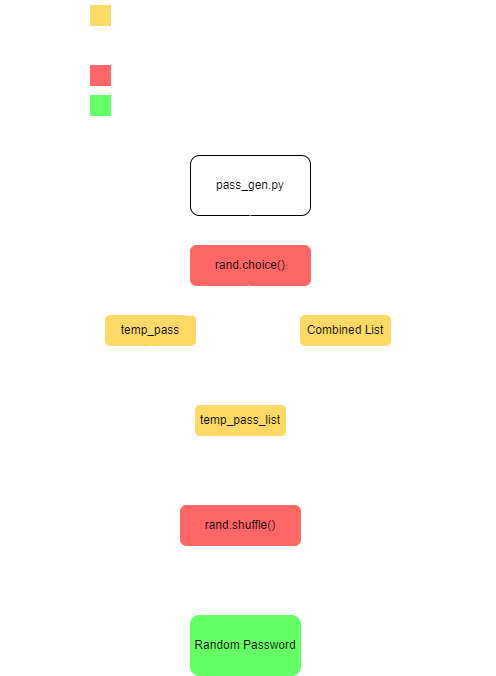
Earlier version of the draw.io export assessts/pass_engine.png (D3FaltXD/Password-Generator-Project). Source tidied: cells renumbered, new cells last; positions are measured from the earlier drawing's top-left corner, leaving out a move shared by most shapes.
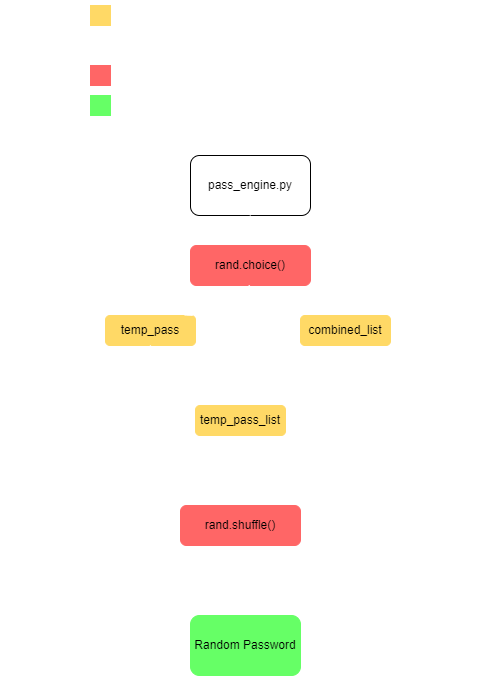
After the change.

The edit, as a diff of the source:
```diff
@@ -5,7 +5,7 @@
     <mxCell id="2" value="temp_pass&lt;span style=&quot;color: rgba(0, 0, 0, 0); font-family: monospace; font-size: 0px; text-align: start;&quot;&gt;%3CmxGraphModel%3E%3Croot%3E%3CmxCell%20id%3D%220%22%2F%3E%3CmxCell%20id%3D%221%22%20parent%3D%220%22%2F%3E%3CmxCell%20id%3D%222%22%20value%3D%22Modules%22%20style%3D%22text%3Bhtml%3D1%3BstrokeColor%3Dnone%3BfillColor%3Dnone%3Balign%3Dcenter%3BverticalAlign%3Dmiddle%3BwhiteSpace%3Dwrap%3Brounded%3D0%3BlabelBackgroundColor%3Dnone%3BfontColor%3D%23FFFFFF%3B%22%20vertex%3D%221%22%20parent%3D%221%22%3E%3CmxGeometry%20x%3D%22200%22%20y%3D%22105%22%20width%3D%2260%22%20height%3D%2230%22%20as%3D%22geometry%22%2F%3E%3C%2FmxCell%3E%3C%2Froot%3E%3C%2FmxGraphModel%3E&lt;/span&gt;" style="rounded=1;whiteSpace=wrap;html=1;fontSize=12;glass=0;strokeWidth=1;shadow=0;fillColor=#FFD966;strokeColor=#FFD966;" parent="1" vertex="1">
       <mxGeometry x="105" y="315" width="90" height="30" as="geometry" />
     </mxCell>
-    <mxCell id="3" value="pass_gen.py" style="rounded=1;whiteSpace=wrap;html=1;fontSize=12;glass=0;strokeWidth=1;shadow=0;" parent="1" vertex="1">
+    <mxCell id="3" value="pass_engine.py" style="rounded=1;whiteSpace=wrap;html=1;fontSize=12;glass=0;strokeWidth=1;shadow=0;" parent="1" vertex="1">
       <mxGeometry x="190" y="155" width="120" height="60" as="geometry" />
     </mxCell>
     <mxCell id="4" style="edgeStyle=orthogonalEdgeStyle;rounded=0;orthogonalLoop=1;jettySize=auto;html=1;exitX=0.5;exitY=1;exitDx=0;exitDy=0;" parent="1" edge="1" source="3" target="3">
@@ -64,7 +64,7 @@
     <mxCell id="17" value="Core File&amp;nbsp;" style="text;html=1;strokeColor=none;fillColor=none;align=center;verticalAlign=middle;whiteSpace=wrap;rounded=0;labelBackgroundColor=none;fontColor=#FFFFFF;" parent="1" vertex="1">
       <mxGeometry x="110" y="30" width="70" height="30" as="geometry" />
     </mxCell>
-    <mxCell id="18" value="Combined List" style="rounded=1;whiteSpace=wrap;html=1;fontSize=12;glass=0;strokeWidth=1;shadow=0;fillColor=#FFD966;strokeColor=#FFD966;gradientColor=none;" parent="1" vertex="1">
+    <mxCell id="18" value="combined_list" style="rounded=1;whiteSpace=wrap;html=1;fontSize=12;glass=0;strokeWidth=1;shadow=0;fillColor=#FFD966;strokeColor=#FFD966;gradientColor=none;" parent="1" vertex="1">
       <mxGeometry x="300" y="315" width="90" height="30" as="geometry" />
     </mxCell>
     <mxCell id="19" value="rand.choice()" style="rounded=1;whiteSpace=wrap;html=1;fontSize=12;glass=0;strokeWidth=1;shadow=0;strokeColor=#FF6666;fillColor=#FF6666;" parent="1" vertex="1">
@@ -96,8 +96,8 @@
     <mxCell id="26" value="Contains every possible valid input" style="text;html=1;strokeColor=none;fillColor=none;align=center;verticalAlign=middle;whiteSpace=wrap;rounded=0;labelBackgroundColor=none;fontColor=#FFFFFF;" parent="1" vertex="1">
       <mxGeometry x="400" y="315" width="95" height="30" as="geometry" />
     </mxCell>
-    <mxCell id="27" value="Combine" style="text;html=1;strokeColor=none;fillColor=none;align=center;verticalAlign=middle;whiteSpace=wrap;rounded=0;labelBackgroundColor=none;fontColor=#FFFFFF;" parent="1" vertex="1">
-      <mxGeometry x="210" y="365" width="60" height="30" as="geometry" />
+    <mxCell id="27" value="Combine to form a list of size specified by user" style="text;html=1;strokeColor=none;fillColor=none;align=center;verticalAlign=middle;whiteSpace=wrap;rounded=0;labelBackgroundColor=none;fontColor=#FFFFFF;" parent="1" vertex="1">
+      <mxGeometry x="202.5" y="345" width="75" height="40" as="geometry" />
     </mxCell>
     <mxCell id="28" style="whiteSpace=wrap;html=1;labelBackgroundColor=none;strokeColor=#FFD966;fontColor=#FFFFFF;fillColor=#FFD966;" parent="1" vertex="1">
       <mxGeometry x="90" y="5" width="20" height="20" as="geometry" />
```
